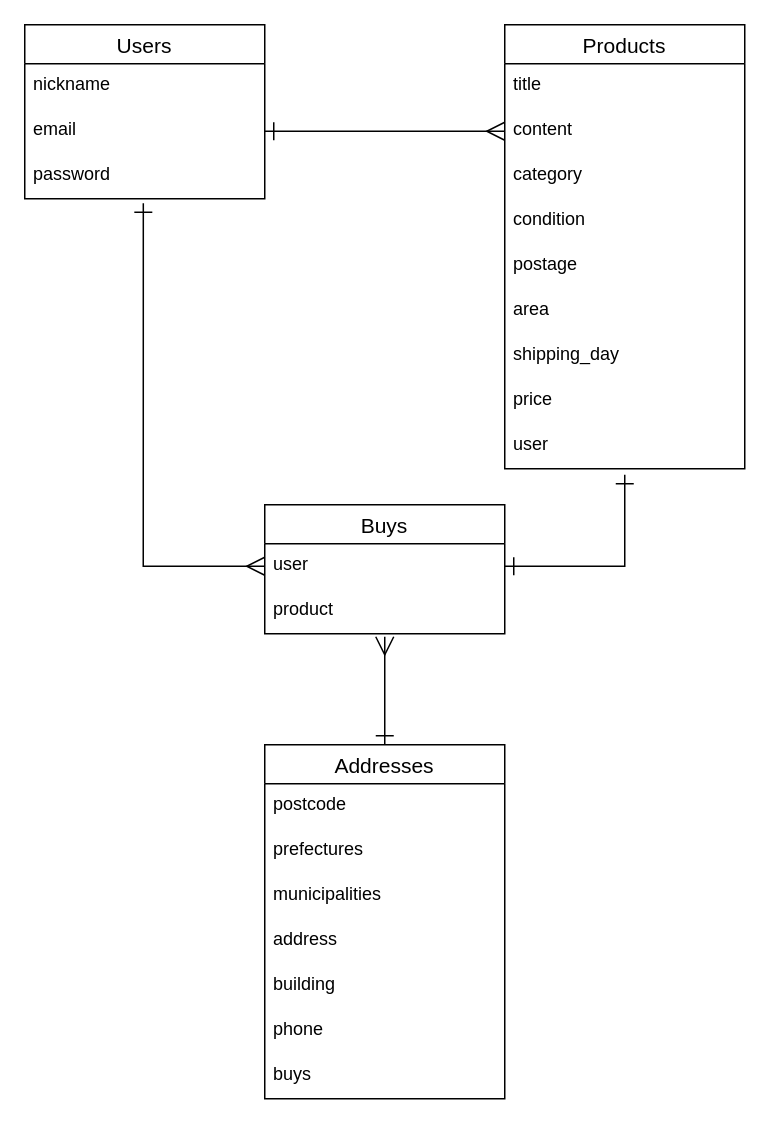
Before: ER.dio in miki0221/furima-38086, a draw.io diagram. Source tidied: cells renumbered, new cells numbered last; positions are measured from the earlier drawing's top-left corner, leaving out a move shared by most shapes. Both pictures are drawn from the tidied source at 150%, with x=0, y=0 at pixel (24, 24).
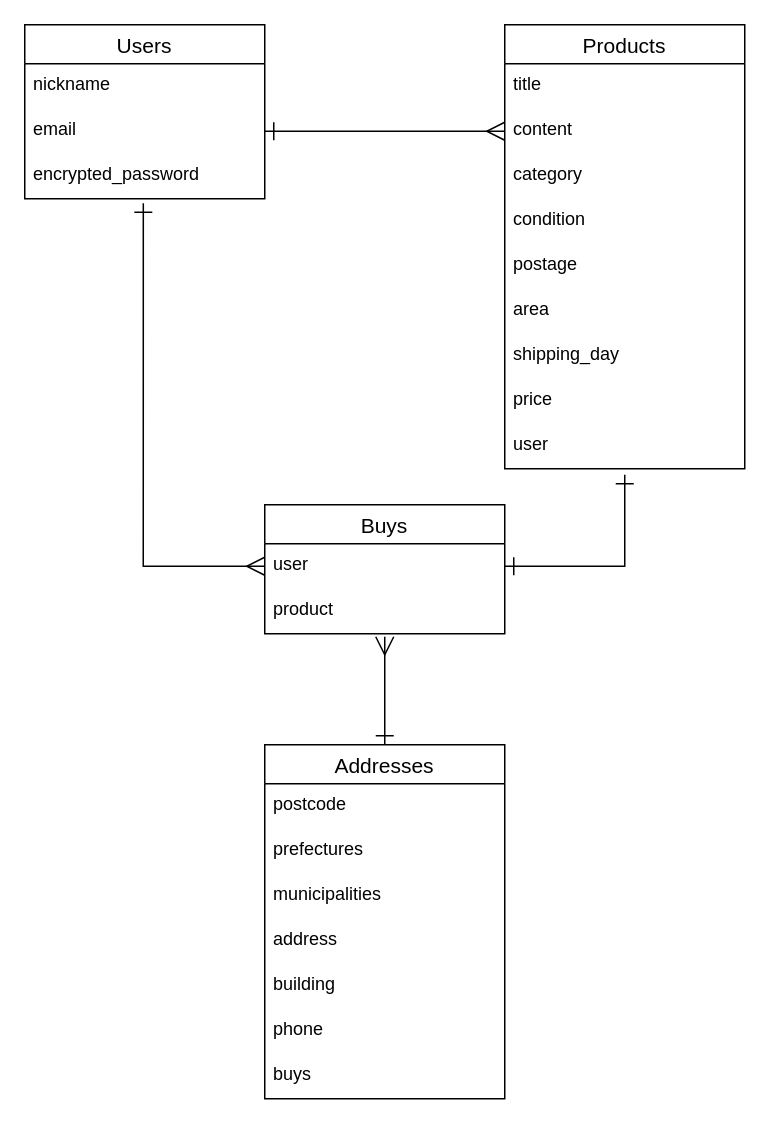
The same page after the edit.

Commit message (it also covers changes not shown here):
カラム名の修正

Unchanged cells that the change refers to:
```xml
<mxCell id="2" value="Users" style="swimlane;fontStyle=0;horizontal=1;startSize=26;align=center;fontSize=14;" parent="1" vertex="1">
  <mxGeometry width="160" height="116" as="geometry" />
</mxCell>
```

Change to the diagram source:
```diff
@@
-    <mxCell id="5" value="password" style="text;strokeColor=none;fillColor=none;spacingLeft=4;spacingRight=4;overflow=hidden;points=[[0,0.5],[1,0.5]];portConstraint=eastwest;fontSize=12;" parent="2" vertex="1">
+    <mxCell id="5" value="encrypted_password" style="text;strokeColor=none;fillColor=none;spacingLeft=4;spacingRight=4;overflow=hidden;points=[[0,0.5],[1,0.5]];portConstraint=eastwest;fontSize=12;" parent="2" vertex="1">
       <mxGeometry y="86" width="160" height="30" as="geometry" />
     </mxCell>
```
